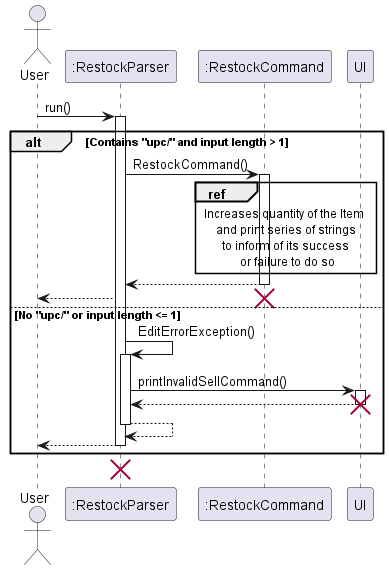
The PlantUML diagram docs/UML/Restock/RestockParser.png in nus-cs2113-AY2223S2/tp, before a commit.
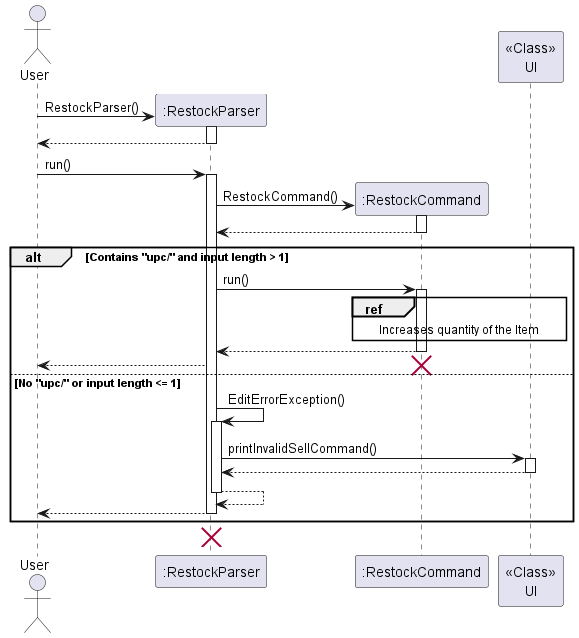
The same diagram one commit later.

Commit message:
Developer Guide Update for UML Diagrams for both Edit and Restock Commands.

The edit, as a diff of the source:
```diff
@@ -1,31 +1,42 @@
 @startuml
 actor User
 participant ":RestockParser"
+User -> ":RestockParser" **:RestockParser()
+activate ":RestockParser"
+":RestockParser" --> User
+deactivate ":RestockParser"
 User->":RestockParser":run()
 activate ":RestockParser"
+":RestockParser" -> ":RestockCommand" **:RestockCommand()
+activate ":RestockCommand"
+":RestockCommand" --> ":RestockParser"
+deactivate ":RestockCommand"
+
 
 alt Contains "upc/" and input length > 1
-":RestockParser"->":RestockCommand": RestockCommand()
-activate ":RestockCommand"
-ref over ":RestockCommand",UI: Increases quantity of the Item \n and print series of strings \n to inform of its success \n or failure to do so
-":RestockCommand"-->":RestockParser":
-deactivate ":RestockCommand"
-":RestockParser"-->User:
+    ":RestockParser"->":RestockCommand": run()
+    activate ":RestockCommand"
+    ref over ":RestockCommand","<<Class>>\nUI": Increases quantity of the Item
+    ":RestockCommand"-->":RestockParser":
+    deactivate ":RestockCommand"
+    ":RestockParser"-->User:
+    destroy ":RestockCommand"
 
-destroy ":RestockCommand"
+
 else No "upc/" or input length <= 1
-":RestockParser"->":RestockParser": EditErrorException()
-activate ":RestockParser"
-":RestockParser"->UI:printInvalidSellCommand()
-activate UI
-UI-->":RestockParser":
-deactivate UI
-destroy UI
-":RestockParser"-->":RestockParser":
-deactivate ":RestockParser"
-":RestockParser"-->User:
-deactivate ":RestockParser"
+    ":RestockParser"->":RestockParser": EditErrorException()
+    activate ":RestockParser"
+    ":RestockParser"->"<<Class>>\nUI":printInvalidSellCommand()
+    activate "<<Class>>\nUI"
+    "<<Class>>\nUI"-->":RestockParser":
+    deactivate "<<Class>>\nUI"
+    ":RestockParser"-->":RestockParser":
+    deactivate ":RestockParser"
+    ":RestockParser"-->User:
+    deactivate ":RestockParser"
 end
+
+
 deactivate ":RestockParser"
 destroy ":RestockParser"
 @enduml
```
